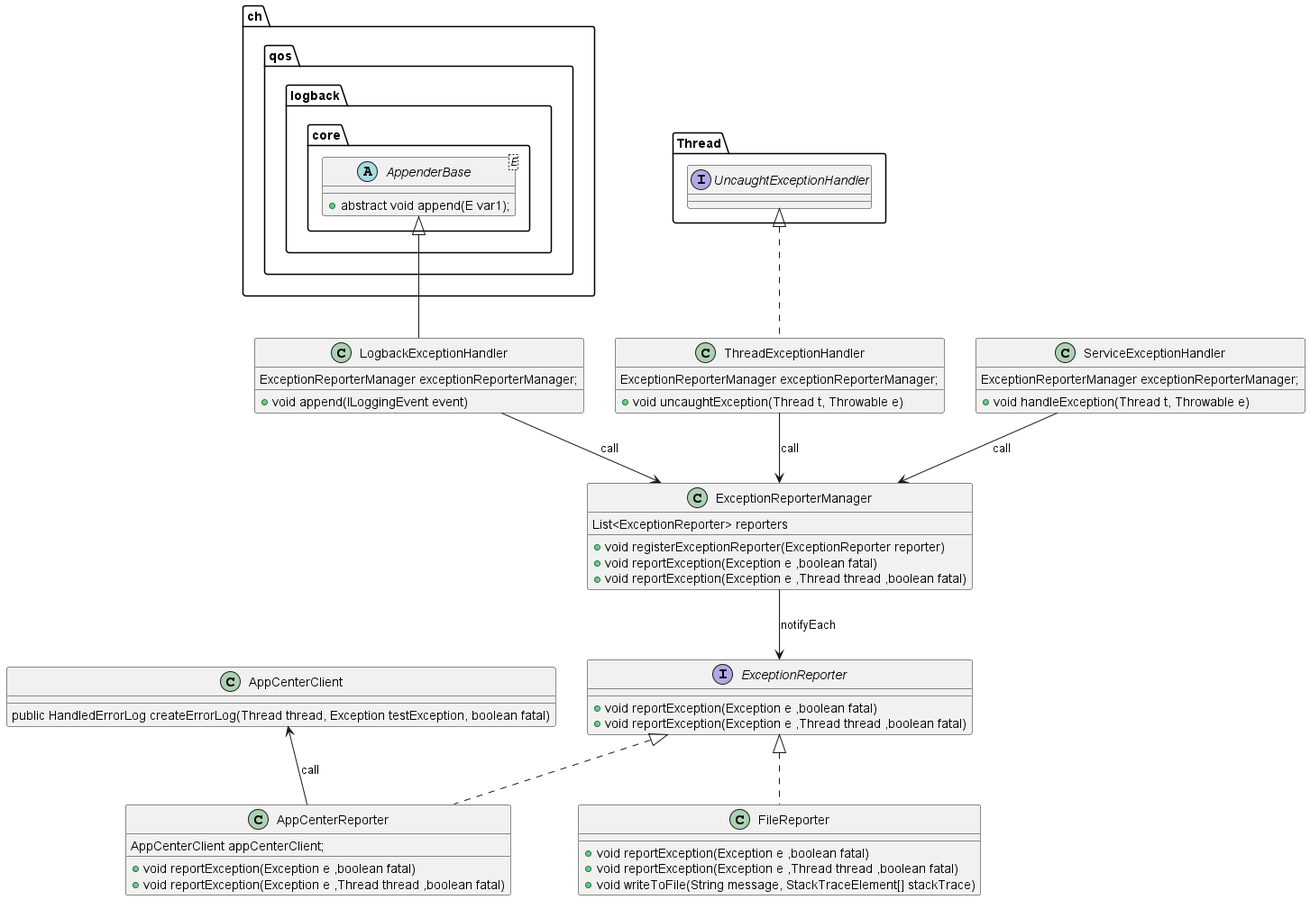
Before: docs/images/UML/exception_monitor.png, a diagram exported from PlantUML (microsoft/HydraLab).
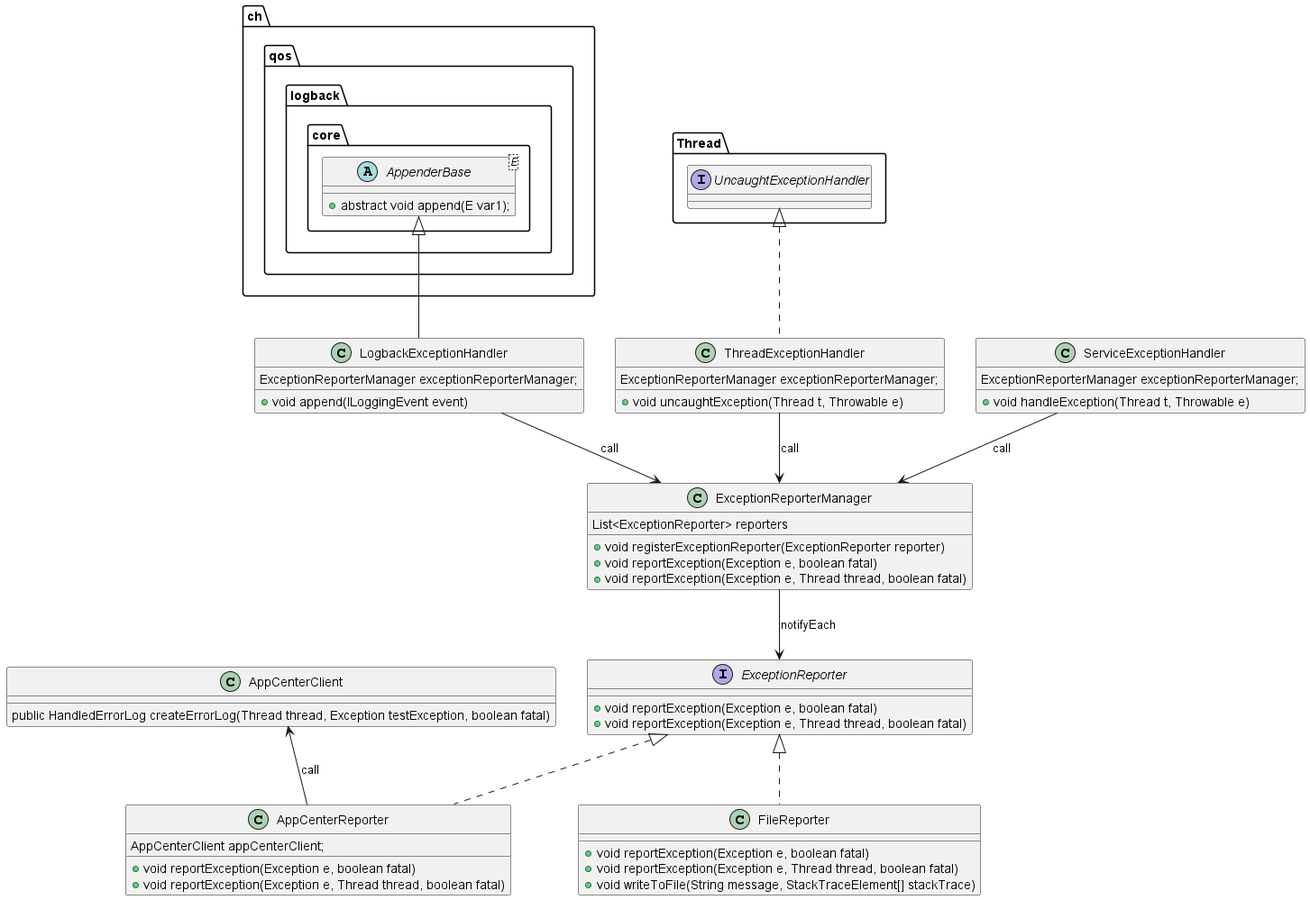
The same file after the commit.

Commit message:
format comma

Change to the diagram source:
```diff
@@ -1,27 +1,27 @@
 @startuml exception_monitor
 interface ExceptionReporter {
-    + void reportException(Exception e ,boolean fatal)
-    + void reportException(Exception e ,Thread thread ,boolean fatal)
+    + void reportException(Exception e, boolean fatal)
+    + void reportException(Exception e, Thread thread, boolean fatal)
 }
 
 class ExceptionReporterManager {
     List<ExceptionReporter> reporters
     + void registerExceptionReporter(ExceptionReporter reporter)
-    + void reportException(Exception e ,boolean fatal)
-    + void reportException(Exception e ,Thread thread ,boolean fatal)
+    + void reportException(Exception e, boolean fatal)
+    + void reportException(Exception e, Thread thread, boolean fatal)
 }
 
 class AppCenterReporter implements ExceptionReporter {
     AppCenterClient appCenterClient;
 
-    + void reportException(Exception e ,boolean fatal)
-    + void reportException(Exception e ,Thread thread ,boolean fatal)
+    + void reportException(Exception e, boolean fatal)
+    + void reportException(Exception e, Thread thread, boolean fatal)
 }
 
 
 class FileReporter implements ExceptionReporter {
-    + void reportException(Exception e ,boolean fatal)
-    + void reportException(Exception e ,Thread thread ,boolean fatal)
+    + void reportException(Exception e, boolean fatal)
+    + void reportException(Exception e, Thread thread, boolean fatal)
     + void writeToFile(String message, StackTraceElement[] stackTrace)
 }
 
```
